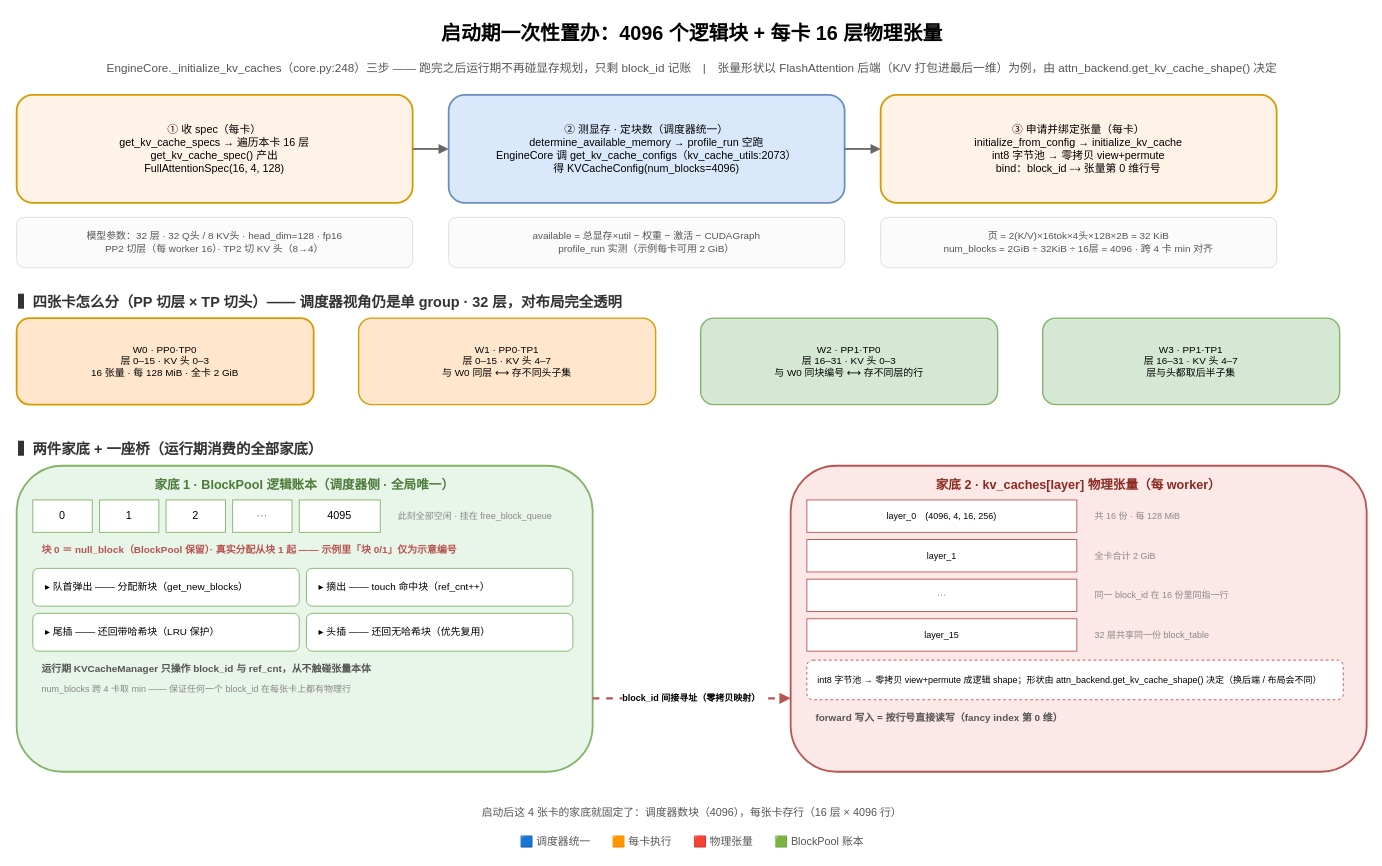
GoCHug/vllm keeps this draw.io diagram as page "启动期 · 物理家底的购置" (3 of 6) of vllm/v1/core/kvcache_draw/kvcache_e2e_flow.drawio. Above is the earlier version. Source tidied: cells renumbered, new cells numbered last; positions are measured from the earlier drawing's top-left corner, leaving out a move shared by most shapes. Both pictures are drawn from the tidied source at 90%, with x=0, y=0 at pixel (16, 15).
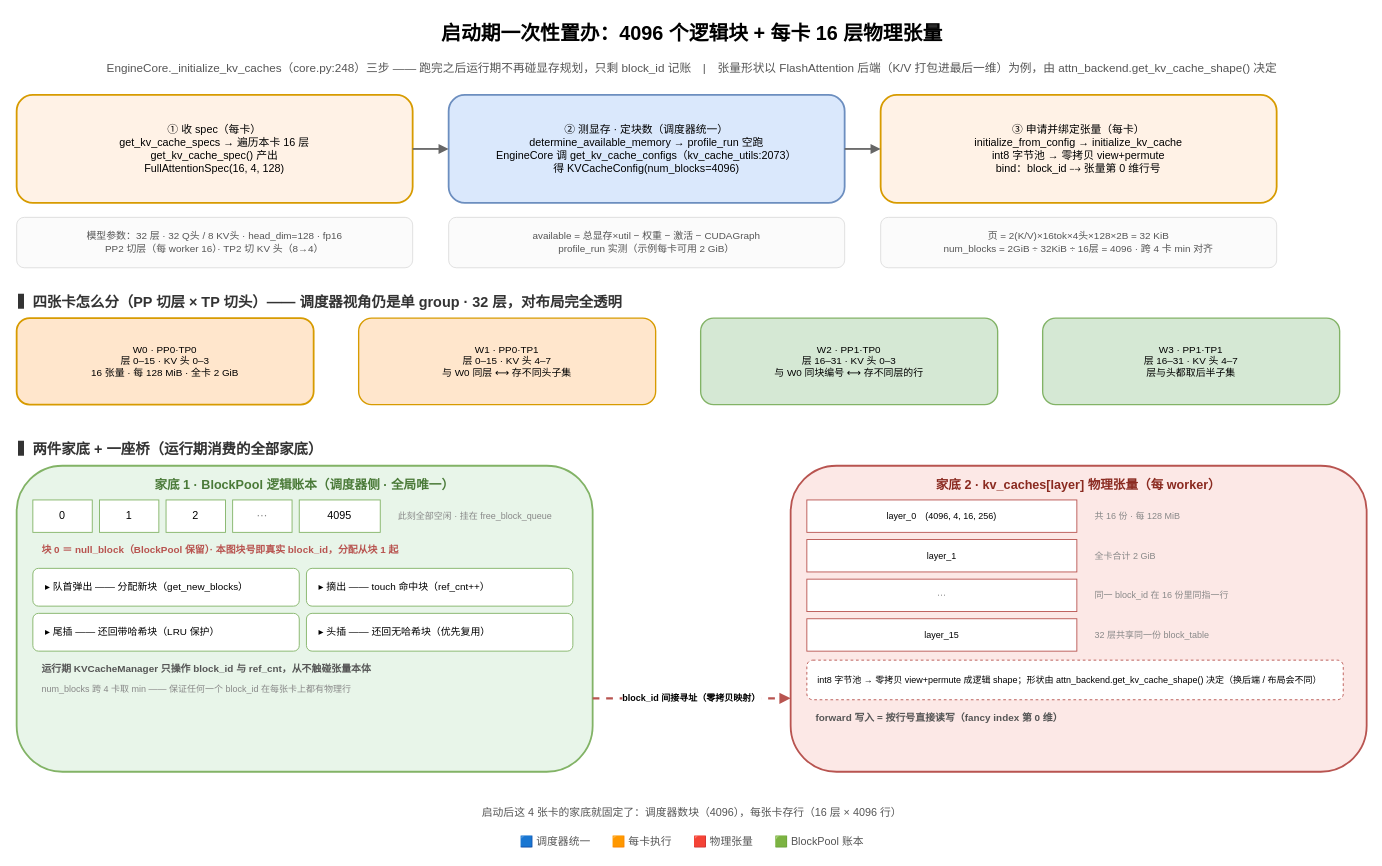
The same diagram, later.

Change to the diagram source:
```diff
@@
-    <mxCell id="25" value="块 0 ＝ null_block（BlockPool 保留）· 真实分配从块 1 起 —— 示例里「块 0/1」仅为示意编号" style="text;html=1;fontSize=11;align=left;spacingLeft=8;fontColor=#b85450;fontStyle=1;verticalAlign=middle;" parent="1" vertex="1">
+    <mxCell id="25" value="块 0 ＝ null_block（BlockPool 保留）· 本图块号即真实 block_id，分配从块 1 起" style="text;html=1;fontSize=11;align=left;spacingLeft=8;fontColor=#b85450;fontStyle=1;verticalAlign=middle;" parent="1" vertex="1">
       <mxGeometry x="18" y="582" width="606" height="22" as="geometry" />
     </mxCell>
```
